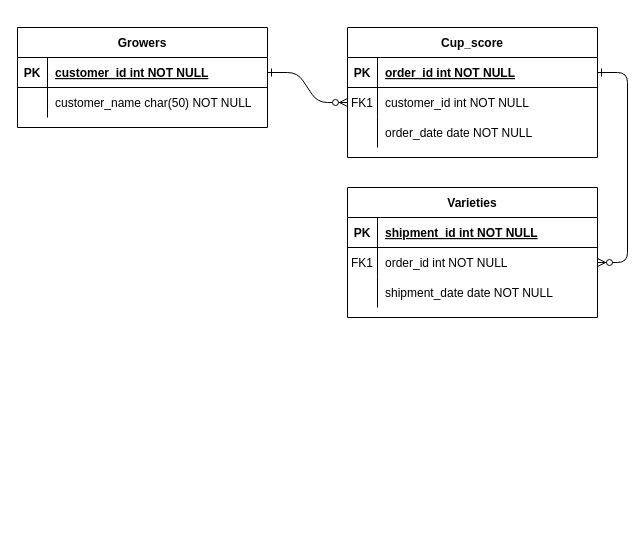
This is Coffee Growers Database.drawio from sdiacono6/database_coffee, a draw.io file, before an edit. Source tidied: cells renumbered, new cells numbered last; positions are measured from the earlier drawing's top-left corner, leaving out a move shared by most shapes. Both pictures are drawn from the tidied source at 100%, with x=0, y=0 at pixel (17, 27).
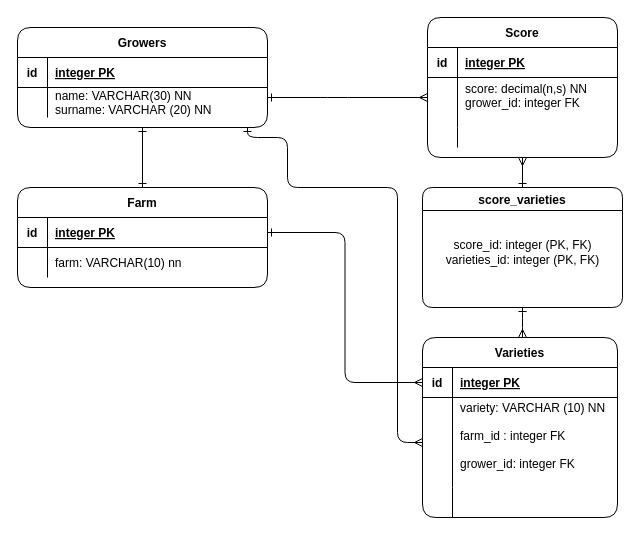
The same page after the edit.

The edit, as a diff of the source:
```diff
@@
-    <mxCell id="2" style="edgeStyle=entityRelationEdgeStyle;endArrow=ERzeroToMany;startArrow=ERone;endFill=1;startFill=0;" parent="1" edge="1" source="25" target="8">
-      <mxGeometry relative="1" as="geometry" />
-    </mxCell>
-    <mxCell id="3" style="edgeStyle=entityRelationEdgeStyle;endArrow=ERzeroToMany;startArrow=ERone;endFill=1;startFill=0;" parent="1" edge="1" source="5" target="18">
-      <mxGeometry relative="1" as="geometry" />
-    </mxCell>
+    <mxCell id="24" value="Growers" style="shape=table;startSize=30;childLayout=tableLayout;rowLines=0;fontStyle=1;align=center;rounded=1;" parent="1" vertex="1">
+      <mxGeometry width="250" height="100" as="geometry" />
+    </mxCell>
+    <mxCell id="25" style="shape=partialRectangle;fillColor=none;points=[[0,0.5],[1,0.5]];portConstraint=eastwest;top=0;left=0;right=0;bottom=1;rounded=1;" parent="24" vertex="1">
+      <mxGeometry y="30" width="250" height="30" as="geometry" />
+    </mxCell>
+    <mxCell id="26" value="id" style="shape=partialRectangle;overflow=hidden;fillColor=none;top=0;left=0;bottom=0;right=0;fontStyle=1;rounded=1;" parent="25" vertex="1">
+      <mxGeometry width="30" height="30" as="geometry" />
+    </mxCell>
+    <mxCell id="27" value="integer PK " style="shape=partialRectangle;overflow=hidden;fillColor=none;top=0;left=0;bottom=0;right=0;align=left;spacingLeft=6;fontStyle=5;rounded=1;" parent="25" vertex="1">
+      <mxGeometry x="30" width="220" height="30" as="geometry" />
+    </mxCell>
+    <mxCell id="28" style="shape=partialRectangle;fillColor=none;points=[[0,0.5],[1,0.5]];portConstraint=eastwest;top=0;left=0;right=0;bottom=0;rounded=1;" parent="24" vertex="1">
+      <mxGeometry y="60" width="250" height="30" as="geometry" />
+    </mxCell>
+    <mxCell id="29" style="shape=partialRectangle;overflow=hidden;fillColor=none;top=0;left=0;bottom=0;right=0;rounded=1;" parent="28" vertex="1">
+      <mxGeometry width="30" height="30" as="geometry" />
+    </mxCell>
+    <mxCell id="30" value="name: VARCHAR(30) NN&#10;surname: VARCHAR (20) NN&#10;" style="shape=partialRectangle;overflow=hidden;fillColor=none;top=0;left=0;bottom=0;right=0;align=left;spacingLeft=6;rounded=1;" parent="28" vertex="1">
+      <mxGeometry x="30" width="220" height="30" as="geometry" />
+    </mxCell>
+    <mxCell id="31" style="edgeStyle=orthogonalEdgeStyle;rounded=1;jettySize=auto;html=1;startArrow=ERone;startFill=0;endArrow=ERone;endFill=0;exitX=0.5;exitY=0;exitDx=0;exitDy=0;" parent="1" edge="1" source="36">
+      <mxGeometry relative="1" as="geometry">
+        <mxPoint x="125" y="100" as="targetPoint" />
+        <Array as="points">
+          <mxPoint x="125" y="100" />
+        </Array>
+      </mxGeometry>
+    </mxCell>
+    <mxCell id="32" style="edgeStyle=orthogonalEdgeStyle;rounded=1;jettySize=auto;html=1;exitX=0.5;exitY=1;exitDx=0;exitDy=0;entryX=0.5;entryY=0;entryDx=0;entryDy=0;startArrow=ERmany;startFill=0;endArrow=ERone;endFill=0;" parent="1" edge="1" source="4" target="44">
+      <mxGeometry relative="1" as="geometry" />
+    </mxCell>
-    <mxCell id="4" value="Cup_score" style="shape=table;startSize=30;childLayout=tableLayout;rowLines=0;fontStyle=1;align=center;" parent="1" vertex="1">
-      <mxGeometry x="330" width="250" height="130" as="geometry" />
+    <mxCell id="4" value="Score" style="shape=table;startSize=30;childLayout=tableLayout;rowLines=0;fontStyle=1;align=center;rounded=1;" parent="1" vertex="1">
+      <mxGeometry x="410" y="-10" width="190" height="140" as="geometry" />
     </mxCell>
-    <mxCell id="5" style="shape=partialRectangle;fillColor=none;points=[[0,0.5],[1,0.5]];portConstraint=eastwest;top=0;left=0;right=0;bottom=1;" parent="4" vertex="1">
-      <mxGeometry y="30" width="250" height="30" as="geometry" />
+    <mxCell id="5" style="shape=partialRectangle;fillColor=none;points=[[0,0.5],[1,0.5]];portConstraint=eastwest;top=0;left=0;right=0;bottom=1;rounded=1;" parent="4" vertex="1">
+      <mxGeometry y="30" width="190" height="30" as="geometry" />
     </mxCell>
-    <mxCell id="6" value="PK" style="shape=partialRectangle;overflow=hidden;fillColor=none;top=0;left=0;bottom=0;right=0;fontStyle=1;" parent="5" vertex="1">
+    <mxCell id="6" value="id" style="shape=partialRectangle;overflow=hidden;fillColor=none;top=0;left=0;bottom=0;right=0;fontStyle=1;rounded=1;" parent="5" vertex="1">
       <mxGeometry width="30" height="30" as="geometry" />
     </mxCell>
-    <mxCell id="7" value="order_id int NOT NULL " style="shape=partialRectangle;overflow=hidden;fillColor=none;top=0;left=0;bottom=0;right=0;align=left;spacingLeft=6;fontStyle=5;" parent="5" vertex="1">
-      <mxGeometry x="30" width="220" height="30" as="geometry" />
+    <mxCell id="7" value="integer PK" style="shape=partialRectangle;overflow=hidden;fillColor=none;top=0;left=0;bottom=0;right=0;align=left;spacingLeft=6;fontStyle=5;rounded=1;" parent="5" vertex="1">
+      <mxGeometry x="30" width="160" height="30" as="geometry" />
     </mxCell>
-    <mxCell id="8" style="shape=partialRectangle;fillColor=none;points=[[0,0.5],[1,0.5]];portConstraint=eastwest;top=0;left=0;right=0;bottom=0;" parent="4" vertex="1">
-      <mxGeometry y="60" width="250" height="30" as="geometry" />
+    <mxCell id="8" style="shape=partialRectangle;fillColor=none;points=[[0,0.5],[1,0.5]];portConstraint=eastwest;top=0;left=0;right=0;bottom=0;rounded=1;" parent="4" vertex="1">
+      <mxGeometry y="60" width="190" height="50" as="geometry" />
     </mxCell>
-    <mxCell id="9" value="FK1" style="shape=partialRectangle;overflow=hidden;fillColor=none;top=0;left=0;bottom=0;right=0;" parent="8" vertex="1">
-      <mxGeometry width="30" height="30" as="geometry" />
+    <mxCell id="9" style="shape=partialRectangle;overflow=hidden;fillColor=none;top=0;left=0;bottom=0;right=0;rounded=1;" parent="8" vertex="1">
+      <mxGeometry width="30" height="50" as="geometry" />
     </mxCell>
-    <mxCell id="10" value="customer_id int NOT NULL" style="shape=partialRectangle;overflow=hidden;fillColor=none;top=0;left=0;bottom=0;right=0;align=left;spacingLeft=6;" parent="8" vertex="1">
-      <mxGeometry x="30" width="220" height="30" as="geometry" />
+    <mxCell id="10" value="score: decimal(n,s) NN&#10;grower_id: integer FK&#10;" style="shape=partialRectangle;overflow=hidden;fillColor=none;top=0;left=0;bottom=0;right=0;align=left;spacingLeft=6;rounded=1;" parent="8" vertex="1">
+      <mxGeometry x="30" width="160" height="50" as="geometry" />
     </mxCell>
-    <mxCell id="11" style="shape=partialRectangle;fillColor=none;top=0;left=0;right=0;bottom=0;" parent="4" vertex="1">
-      <mxGeometry y="90" width="250" height="30" as="geometry" />
+    <mxCell id="11" style="shape=partialRectangle;fillColor=none;top=0;left=0;right=0;bottom=0;rounded=1;" parent="4" vertex="1">
+      <mxGeometry y="110" width="190" height="20" as="geometry" />
     </mxCell>
-    <mxCell id="12" style="shape=partialRectangle;overflow=hidden;fillColor=none;top=0;left=0;bottom=0;right=0;" parent="11" vertex="1">
-      <mxGeometry width="30" height="30" as="geometry" />
+    <mxCell id="12" style="shape=partialRectangle;overflow=hidden;fillColor=none;top=0;left=0;bottom=0;right=0;rounded=1;" parent="11" vertex="1">
+      <mxGeometry width="30" height="20" as="geometry" />
     </mxCell>
-    <mxCell id="13" value="order_date date NOT NULL" style="shape=partialRectangle;overflow=hidden;fillColor=none;top=0;left=0;bottom=0;right=0;align=left;spacingLeft=6;" parent="11" vertex="1">
-      <mxGeometry x="30" width="220" height="30" as="geometry" />
+    <mxCell id="13" style="shape=partialRectangle;overflow=hidden;fillColor=none;top=0;left=0;bottom=0;right=0;align=left;spacingLeft=6;rounded=1;" parent="11" vertex="1">
+      <mxGeometry x="30" width="160" height="20" as="geometry" />
     </mxCell>
+    <mxCell id="33" style="edgeStyle=orthogonalEdgeStyle;rounded=1;jettySize=auto;html=1;startArrow=ERmany;startFill=0;endArrow=ERone;endFill=0;" parent="1" edge="1" source="8" target="28">
+      <mxGeometry relative="1" as="geometry">
+        <Array as="points">
+          <mxPoint x="320" y="70" />
+          <mxPoint x="320" y="70" />
+        </Array>
+      </mxGeometry>
+    </mxCell>
+    <mxCell id="34" style="edgeStyle=orthogonalEdgeStyle;rounded=1;jettySize=auto;html=1;exitX=0;exitY=0.5;exitDx=0;exitDy=0;startArrow=ERmany;startFill=0;endArrow=ERone;endFill=0;" parent="1" edge="1" source="18">
+      <mxGeometry relative="1" as="geometry">
+        <mxPoint x="230" y="100" as="targetPoint" />
+        <Array as="points">
+          <mxPoint x="380" y="415" />
+          <mxPoint x="380" y="160" />
+          <mxPoint x="270" y="160" />
+          <mxPoint x="270" y="110" />
+          <mxPoint x="230" y="110" />
+        </Array>
+      </mxGeometry>
+    </mxCell>
+    <mxCell id="35" style="edgeStyle=orthogonalEdgeStyle;rounded=1;jettySize=auto;html=1;exitX=0;exitY=0.5;exitDx=0;exitDy=0;entryX=1;entryY=0.5;entryDx=0;entryDy=0;startArrow=ERmany;startFill=0;endArrow=ERone;endFill=0;" parent="1" edge="1" source="15" target="37">
+      <mxGeometry relative="1" as="geometry" />
+    </mxCell>
+    <mxCell id="36" value="Farm" style="shape=table;startSize=30;childLayout=tableLayout;rowLines=0;fontStyle=1;align=center;rounded=1;" parent="1" vertex="1">
+      <mxGeometry y="160" width="250" height="100" as="geometry" />
+    </mxCell>
+    <mxCell id="37" style="shape=partialRectangle;fillColor=none;points=[[0,0.5],[1,0.5]];portConstraint=eastwest;top=0;left=0;right=0;bottom=1;rounded=1;" parent="36" vertex="1">
+      <mxGeometry y="30" width="250" height="30" as="geometry" />
+    </mxCell>
+    <mxCell id="38" value="id" style="shape=partialRectangle;overflow=hidden;fillColor=none;top=0;left=0;bottom=0;right=0;fontStyle=1;rounded=1;" parent="37" vertex="1">
+      <mxGeometry width="30" height="30" as="geometry" />
+    </mxCell>
+    <mxCell id="39" value="integer PK" style="shape=partialRectangle;overflow=hidden;fillColor=none;top=0;left=0;bottom=0;right=0;align=left;spacingLeft=6;fontStyle=5;rounded=1;" parent="37" vertex="1">
+      <mxGeometry x="30" width="220" height="30" as="geometry" />
+    </mxCell>
+    <mxCell id="40" style="shape=partialRectangle;fillColor=none;top=0;left=0;right=0;bottom=0;rounded=1;" parent="36" vertex="1">
+      <mxGeometry y="60" width="250" height="30" as="geometry" />
+    </mxCell>
+    <mxCell id="41" style="shape=partialRectangle;overflow=hidden;fillColor=none;top=0;left=0;bottom=0;right=0;rounded=1;" parent="40" vertex="1">
+      <mxGeometry width="30" height="30" as="geometry" />
+    </mxCell>
+    <mxCell id="42" value="farm: VARCHAR(10) nn" style="shape=partialRectangle;overflow=hidden;fillColor=none;top=0;left=0;bottom=0;right=0;align=left;spacingLeft=6;rounded=1;" parent="40" vertex="1">
+      <mxGeometry x="30" width="220" height="30" as="geometry" />
+    </mxCell>
+    <mxCell id="43" style="edgeStyle=orthogonalEdgeStyle;rounded=1;jettySize=auto;html=1;startArrow=ERone;startFill=0;endArrow=ERmany;endFill=0;" parent="1" edge="1" source="44" target="14">
+      <mxGeometry relative="1" as="geometry">
+        <Array as="points">
+          <mxPoint x="505" y="290" />
+          <mxPoint x="505" y="290" />
+        </Array>
+      </mxGeometry>
+    </mxCell>
+    <mxCell id="44" value="score_varieties" style="swimlane;rounded=1;" parent="1" vertex="1">
+      <mxGeometry x="405" y="160" width="200" height="120" as="geometry" />
+    </mxCell>
+    <mxCell id="45" value="&lt;div&gt;score_id: integer (PK, FK)&lt;/div&gt;&lt;div&gt;varieties_id: integer (PK, FK)&lt;br&gt;&lt;/div&gt;" style="text;html=1;align=center;verticalAlign=middle;" parent="44" vertex="1">
+      <mxGeometry x="15" y="50" width="170" height="30" as="geometry" />
+    </mxCell>
-    <mxCell id="14" value="Varieties" style="shape=table;startSize=30;childLayout=tableLayout;rowLines=0;fontStyle=1;align=center;" parent="1" vertex="1">
-      <mxGeometry x="330" y="160" width="250" height="130" as="geometry" />
+    <mxCell id="14" value="Varieties" style="shape=table;startSize=30;childLayout=tableLayout;rowLines=0;fontStyle=1;align=center;rounded=1;" parent="1" vertex="1">
+      <mxGeometry x="405" y="310" width="195" height="180" as="geometry" />
     </mxCell>
-    <mxCell id="15" style="shape=partialRectangle;fillColor=none;points=[[0,0.5],[1,0.5]];portConstraint=eastwest;top=0;left=0;right=0;bottom=1;" parent="14" vertex="1">
-      <mxGeometry y="30" width="250" height="30" as="geometry" />
+    <mxCell id="15" style="shape=partialRectangle;fillColor=none;points=[[0,0.5],[1,0.5]];portConstraint=eastwest;top=0;left=0;right=0;bottom=1;rounded=1;" parent="14" vertex="1">
+      <mxGeometry y="30" width="195" height="30" as="geometry" />
     </mxCell>
-    <mxCell id="16" value="PK" style="shape=partialRectangle;overflow=hidden;fillColor=none;top=0;left=0;bottom=0;right=0;fontStyle=1;" parent="15" vertex="1">
+    <mxCell id="16" value="id" style="shape=partialRectangle;overflow=hidden;fillColor=none;top=0;left=0;bottom=0;right=0;fontStyle=1;rounded=1;" parent="15" vertex="1">
       <mxGeometry width="30" height="30" as="geometry" />
     </mxCell>
-    <mxCell id="17" value="shipment_id int NOT NULL " style="shape=partialRectangle;overflow=hidden;fillColor=none;top=0;left=0;bottom=0;right=0;align=left;spacingLeft=6;fontStyle=5;" parent="15" vertex="1">
-      <mxGeometry x="30" width="220" height="30" as="geometry" />
+    <mxCell id="17" value="integer PK" style="shape=partialRectangle;overflow=hidden;fillColor=none;top=0;left=0;bottom=0;right=0;align=left;spacingLeft=6;fontStyle=5;rounded=1;" parent="15" vertex="1">
+      <mxGeometry x="30" width="165" height="30" as="geometry" />
     </mxCell>
-    <mxCell id="18" style="shape=partialRectangle;fillColor=none;points=[[0,0.5],[1,0.5]];portConstraint=eastwest;top=0;left=0;right=0;bottom=0;" parent="14" vertex="1">
-      <mxGeometry y="60" width="250" height="30" as="geometry" />
+    <mxCell id="18" style="shape=partialRectangle;fillColor=none;points=[[0,0.5],[1,0.5]];portConstraint=eastwest;top=0;left=0;right=0;bottom=0;rounded=1;" parent="14" vertex="1">
+      <mxGeometry y="60" width="195" height="90" as="geometry" />
     </mxCell>
-    <mxCell id="19" value="FK1" style="shape=partialRectangle;overflow=hidden;fillColor=none;top=0;left=0;bottom=0;right=0;" parent="18" vertex="1">
-      <mxGeometry width="30" height="30" as="geometry" />
+    <mxCell id="19" style="shape=partialRectangle;overflow=hidden;fillColor=none;top=0;left=0;bottom=0;right=0;rounded=1;" parent="18" vertex="1">
+      <mxGeometry width="30" height="90" as="geometry" />
     </mxCell>
-    <mxCell id="20" value="order_id int NOT NULL" style="shape=partialRectangle;overflow=hidden;fillColor=none;top=0;left=0;bottom=0;right=0;align=left;spacingLeft=6;" parent="18" vertex="1">
-      <mxGeometry x="30" width="220" height="30" as="geometry" />
+    <mxCell id="20" value="variety: VARCHAR (10) NN&#10;&#10;farm_id : integer FK&#10;&#10;grower_id: integer FK&#10;" style="shape=partialRectangle;overflow=hidden;fillColor=none;top=0;left=0;bottom=0;right=0;align=left;spacingLeft=6;rounded=1;" parent="18" vertex="1">
+      <mxGeometry x="30" width="165" height="90" as="geometry" />
     </mxCell>
-    <mxCell id="21" style="shape=partialRectangle;fillColor=none;top=0;left=0;right=0;bottom=0;" parent="14" vertex="1">
-      <mxGeometry y="90" width="250" height="30" as="geometry" />
+    <mxCell id="21" style="shape=partialRectangle;fillColor=none;top=0;left=0;right=0;bottom=0;rounded=1;" parent="14" vertex="1">
+      <mxGeometry y="150" width="195" height="30" as="geometry" />
     </mxCell>
-    <mxCell id="22" style="shape=partialRectangle;overflow=hidden;fillColor=none;top=0;left=0;bottom=0;right=0;" parent="21" vertex="1">
+    <mxCell id="22" style="shape=partialRectangle;overflow=hidden;fillColor=none;top=0;left=0;bottom=0;right=0;rounded=1;" parent="21" vertex="1">
       <mxGeometry width="30" height="30" as="geometry" />
     </mxCell>
-    <mxCell id="23" value="shipment_date date NOT NULL" style="shape=partialRectangle;overflow=hidden;fillColor=none;top=0;left=0;bottom=0;right=0;align=left;spacingLeft=6;" parent="21" vertex="1">
-      <mxGeometry x="30" width="220" height="30" as="geometry" />
+    <mxCell id="23" style="shape=partialRectangle;overflow=hidden;fillColor=none;top=0;left=0;bottom=0;right=0;align=left;spacingLeft=6;rounded=1;" parent="21" vertex="1">
+      <mxGeometry x="30" width="165" height="30" as="geometry" />
     </mxCell>
-    <mxCell id="24" value="Growers" style="shape=table;startSize=30;childLayout=tableLayout;rowLines=0;fontStyle=1;align=center;" parent="1" vertex="1">
-      <mxGeometry width="250" height="100" as="geometry" />
-    </mxCell>
-    <mxCell id="25" style="shape=partialRectangle;fillColor=none;points=[[0,0.5],[1,0.5]];portConstraint=eastwest;top=0;left=0;right=0;bottom=1;" parent="24" vertex="1">
-      <mxGeometry y="30" width="250" height="30" as="geometry" />
-    </mxCell>
-    <mxCell id="26" value="PK" style="shape=partialRectangle;overflow=hidden;fillColor=none;top=0;left=0;bottom=0;right=0;fontStyle=1;" parent="25" vertex="1">
-      <mxGeometry width="30" height="30" as="geometry" />
-    </mxCell>
-    <mxCell id="27" value="customer_id int NOT NULL " style="shape=partialRectangle;overflow=hidden;fillColor=none;top=0;left=0;bottom=0;right=0;align=left;spacingLeft=6;fontStyle=5;" parent="25" vertex="1">
-      <mxGeometry x="30" width="220" height="30" as="geometry" />
-    </mxCell>
-    <mxCell id="28" style="shape=partialRectangle;fillColor=none;points=[[0,0.5],[1,0.5]];portConstraint=eastwest;top=0;left=0;right=0;bottom=0;" parent="24" vertex="1">
-      <mxGeometry y="60" width="250" height="30" as="geometry" />
-    </mxCell>
-    <mxCell id="29" style="shape=partialRectangle;overflow=hidden;fillColor=none;top=0;left=0;bottom=0;right=0;" parent="28" vertex="1">
-      <mxGeometry width="30" height="30" as="geometry" />
-    </mxCell>
-    <mxCell id="30" value="customer_name char(50) NOT NULL" style="shape=partialRectangle;overflow=hidden;fillColor=none;top=0;left=0;bottom=0;right=0;align=left;spacingLeft=6;" parent="28" vertex="1">
-      <mxGeometry x="30" width="220" height="30" as="geometry" />
-    </mxCell>
```
